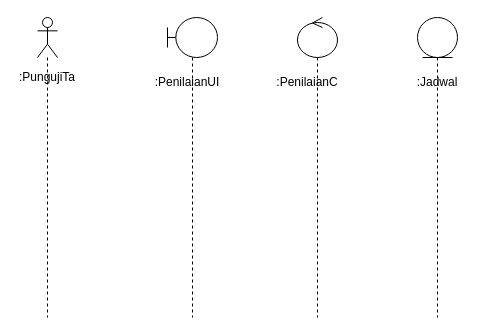
Before: Pert 11/Seq-Prak-2.drawio in mahesri/uml_ads_sms3, a draw.io diagram. Source tidied: cells renumbered, new cells numbered last; positions are measured from the earlier drawing's top-left corner, leaving out a move shared by most shapes. Both pictures are drawn from the tidied source at 100%, with x=0, y=0 at pixel (17, 17).
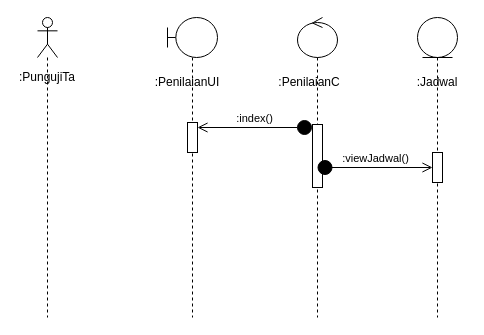
The same page after the edit.

The edit, as a diff of the source:
```diff
@@
 <mxGraphModel>
   <root>
     <mxCell id="0" />
     <mxCell id="1" parent="0" />
     <mxCell id="2" style="shape=umlLifeline;perimeter=lifelinePerimeter;whiteSpace=wrap;html=1;newEdgeStyle={&quot;curved&quot;:0,&quot;rounded&quot;:0};participant=umlActor;" parent="1" vertex="1">
       <mxGeometry x="20" width="20" height="300" as="geometry" />
     </mxCell>
     <mxCell id="3" value=":PenilaianUI" style="text;html=1;strokeColor=none;fillColor=none;align=center;verticalAlign=middle;whiteSpace=wrap;rounded=0;" parent="1" vertex="1">
       <mxGeometry x="140" y="50" width="60" height="30" as="geometry" />
     </mxCell>
     <mxCell id="4" value=":PenilaianC" style="text;html=1;strokeColor=none;fillColor=none;align=center;verticalAlign=middle;whiteSpace=wrap;rounded=0;" parent="1" vertex="1">
-      <mxGeometry x="260" y="50" width="60" height="30" as="geometry" />
+      <mxGeometry x="262" y="50" width="60" height="30" as="geometry" />
     </mxCell>
     <mxCell id="5" value=":Jadwal" style="text;html=1;strokeColor=none;fillColor=none;align=center;verticalAlign=middle;whiteSpace=wrap;rounded=0;" parent="1" vertex="1">
       <mxGeometry x="390" y="50" width="60" height="30" as="geometry" />
     </mxCell>
     <mxCell id="6" style="shape=umlLifeline;perimeter=lifelinePerimeter;whiteSpace=wrap;html=1;newEdgeStyle={&quot;curved&quot;:0,&quot;rounded&quot;:0};participant=umlBoundary;" parent="1" vertex="1">
       <mxGeometry x="150" width="50" height="300" as="geometry" />
     </mxCell>
+    <mxCell id="10" style="html=1;perimeter=orthogonalPerimeter;targetShapes=umlLifeline;newEdgeStyle={&quot;curved&quot;:0,&quot;rounded&quot;:0};" parent="6" vertex="1">
+      <mxGeometry x="20" y="105" width="10" height="30" as="geometry" />
+    </mxCell>
     <mxCell id="7" style="shape=umlLifeline;perimeter=lifelinePerimeter;whiteSpace=wrap;html=1;newEdgeStyle={&quot;curved&quot;:0,&quot;rounded&quot;:0};participant=umlEntity;" parent="1" vertex="1">
       <mxGeometry x="400" width="40" height="300" as="geometry" />
     </mxCell>
+    <mxCell id="11" style="html=1;points=[[0,0,0,0,5],[0,1,0,0,-5],[1,0,0,0,5],[1,1,0,0,-5]];perimeter=orthogonalPerimeter;outlineConnect=0;targetShapes=umlLifeline;portConstraint=eastwest;newEdgeStyle={&quot;curved&quot;:0,&quot;rounded&quot;:0};" parent="7" vertex="1">
+      <mxGeometry x="15" y="135" width="10" height="30" as="geometry" />
+    </mxCell>
     <mxCell id="8" value=":PungujiTa" style="text;html=1;strokeColor=none;fillColor=none;align=center;verticalAlign=middle;whiteSpace=wrap;rounded=0;" parent="1" vertex="1">
       <mxGeometry y="45" width="60" height="30" as="geometry" />
     </mxCell>
     <mxCell id="9" style="shape=umlLifeline;perimeter=lifelinePerimeter;whiteSpace=wrap;html=1;outlineConnect=0;portConstraint=eastwest;newEdgeStyle={&quot;curved&quot;:0,&quot;rounded&quot;:0};participant=umlControl;" parent="1" vertex="1">
       <mxGeometry x="280" width="40" height="300" as="geometry" />
     </mxCell>
+    <mxCell id="12" style="html=1;points=[[0,0,0,0,5],[0,1,0,0,-5],[1,0,0,0,5],[1,1,0,0,-5]];perimeter=orthogonalPerimeter;outlineConnect=0;targetShapes=umlLifeline;portConstraint=eastwest;newEdgeStyle={&quot;curved&quot;:0,&quot;rounded&quot;:0};" parent="9" vertex="1">
+      <mxGeometry x="15" y="107" width="10" height="63" as="geometry" />
+    </mxCell>
+    <mxCell id="13" value=":index()" style="html=1;verticalAlign=bottom;startArrow=circle;startFill=1;endArrow=open;startSize=6;endSize=8;curved=0;rounded=0;" parent="1" edge="1" source="12">
+      <mxGeometry relative="1" as="geometry">
+        <mxPoint x="180" y="110" as="targetPoint" />
+      </mxGeometry>
+    </mxCell>
+    <mxCell id="14" value=":viewJadwal()" style="html=1;verticalAlign=bottom;startArrow=circle;startFill=1;endArrow=open;startSize=6;endSize=8;curved=0;rounded=0;" parent="1" edge="1" source="9" target="11">
+      <mxGeometry relative="1" as="geometry" />
+    </mxCell>
   </root>
 </mxGraphModel>
```
